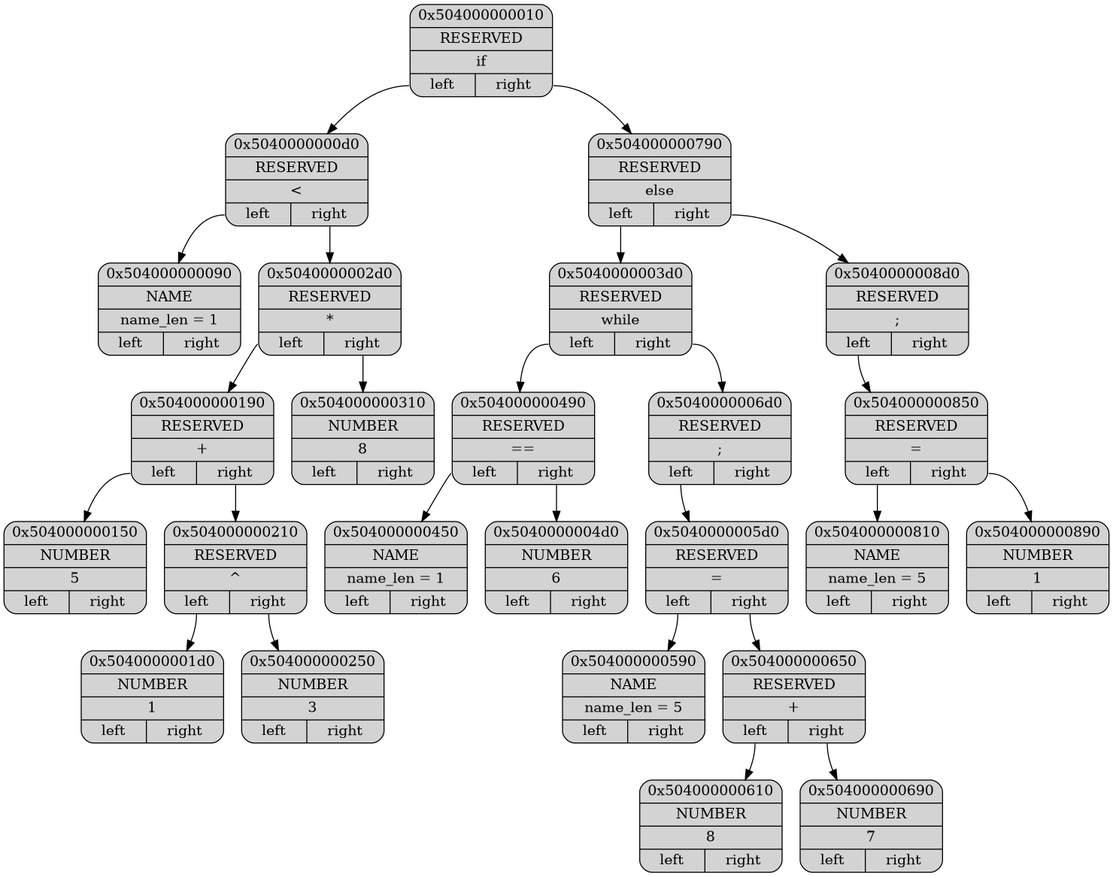
Earlier version of the Graphviz export Dump/dump.png (ashqqy/Language). Its source is kept beside it as Dump/dump.dot.
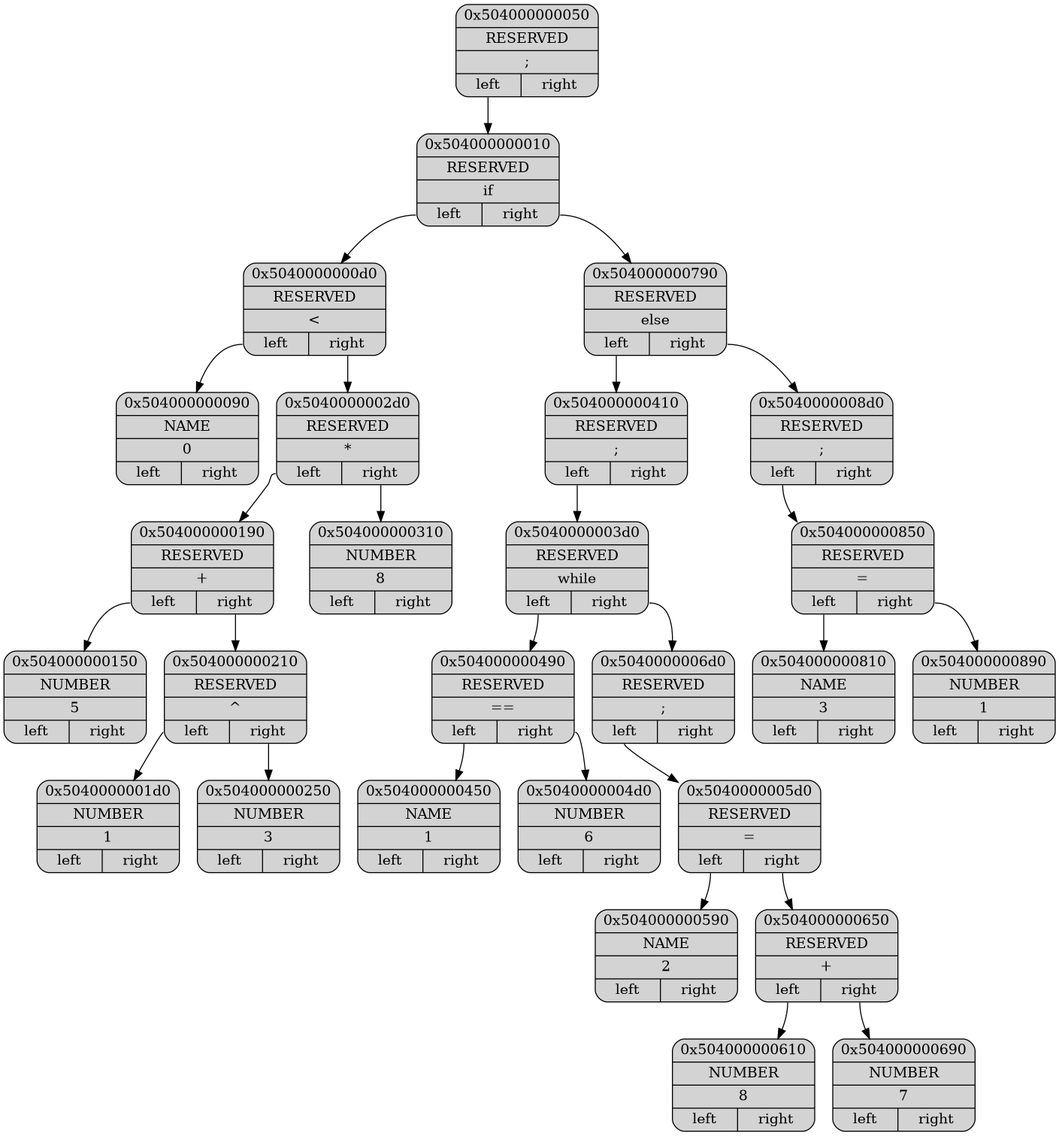
Later version of the same file.

Commit message:
name table

Change to the diagram source:
```diff
@@ -2,9 +2,10 @@
 {
 node[shape="record", style="rounded, filled"];
 
+p0x504000000050[label = "{ <ptr> 0x504000000050 | <type> RESERVED | <data> \; | { <l>left|<r>right } }"];
 p0x504000000010[label = "{ <ptr> 0x504000000010 | <type> RESERVED | <data> \if | { <l>left|<r>right } }"];
 p0x5040000000d0[label = "{ <ptr> 0x5040000000d0 | <type> RESERVED | <data> \< | { <l>left|<r>right } }"];
-p0x504000000090[label = "{ <ptr> 0x504000000090 | <type> NAME | <data> name_len = 1 | { <l>left|<r>right } }"];
+p0x504000000090[label = "{ <ptr> 0x504000000090 | <type> NAME | <data> 0 | { <l>left|<r>right } }"];
 p0x5040000002d0[label = "{ <ptr> 0x5040000002d0 | <type> RESERVED | <data> \* | { <l>left|<r>right } }"];
 p0x504000000190[label = "{ <ptr> 0x504000000190 | <type> RESERVED | <data> \+ | { <l>left|<r>right } }"];
 p0x504000000150[label = "{ <ptr> 0x504000000150 | <type> NUMBER | <data> 5 | { <l>left|<r>right } }"];
@@ -13,21 +14,23 @@
 p0x504000000250[label = "{ <ptr> 0x504000000250 | <type> NUMBER | <data> 3 | { <l>left|<r>right } }"];
 p0x504000000310[label = "{ <ptr> 0x504000000310 | <type> NUMBER | <data> 8 | { <l>left|<r>right } }"];
 p0x504000000790[label = "{ <ptr> 0x504000000790 | <type> RESERVED | <data> \else | { <l>left|<r>right } }"];
+p0x504000000410[label = "{ <ptr> 0x504000000410 | <type> RESERVED | <data> \; | { <l>left|<r>right } }"];
 p0x5040000003d0[label = "{ <ptr> 0x5040000003d0 | <type> RESERVED | <data> \while | { <l>left|<r>right } }"];
 p0x504000000490[label = "{ <ptr> 0x504000000490 | <type> RESERVED | <data> \== | { <l>left|<r>right } }"];
-p0x504000000450[label = "{ <ptr> 0x504000000450 | <type> NAME | <data> name_len = 1 | { <l>left|<r>right } }"];
+p0x504000000450[label = "{ <ptr> 0x504000000450 | <type> NAME | <data> 1 | { <l>left|<r>right } }"];
 p0x5040000004d0[label = "{ <ptr> 0x5040000004d0 | <type> NUMBER | <data> 6 | { <l>left|<r>right } }"];
 p0x5040000006d0[label = "{ <ptr> 0x5040000006d0 | <type> RESERVED | <data> \; | { <l>left|<r>right } }"];
 p0x5040000005d0[label = "{ <ptr> 0x5040000005d0 | <type> RESERVED | <data> \= | { <l>left|<r>right } }"];
-p0x504000000590[label = "{ <ptr> 0x504000000590 | <type> NAME | <data> name_len = 5 | { <l>left|<r>right } }"];
+p0x504000000590[label = "{ <ptr> 0x504000000590 | <type> NAME | <data> 2 | { <l>left|<r>right } }"];
 p0x504000000650[label = "{ <ptr> 0x504000000650 | <type> RESERVED | <data> \+ | { <l>left|<r>right } }"];
 p0x504000000610[label = "{ <ptr> 0x504000000610 | <type> NUMBER | <data> 8 | { <l>left|<r>right } }"];
 p0x504000000690[label = "{ <ptr> 0x504000000690 | <type> NUMBER | <data> 7 | { <l>left|<r>right } }"];
 p0x5040000008d0[label = "{ <ptr> 0x5040000008d0 | <type> RESERVED | <data> \; | { <l>left|<r>right } }"];
 p0x504000000850[label = "{ <ptr> 0x504000000850 | <type> RESERVED | <data> \= | { <l>left|<r>right } }"];
-p0x504000000810[label = "{ <ptr> 0x504000000810 | <type> NAME | <data> name_len = 5 | { <l>left|<r>right } }"];
+p0x504000000810[label = "{ <ptr> 0x504000000810 | <type> NAME | <data> 3 | { <l>left|<r>right } }"];
 p0x504000000890[label = "{ <ptr> 0x504000000890 | <type> NUMBER | <data> 1 | { <l>left|<r>right } }"];
 
+p0x504000000050:<l> -> p0x504000000010
 p0x504000000010:<l> -> p0x5040000000d0
 p0x5040000000d0:<l> -> p0x504000000090
 p0x5040000000d0:<r> -> p0x5040000002d0
@@ -38,7 +41,8 @@
 p0x504000000210:<r> -> p0x504000000250
 p0x5040000002d0:<r> -> p0x504000000310
 p0x504000000010:<r> -> p0x504000000790
-p0x504000000790:<l> -> p0x5040000003d0
+p0x504000000790:<l> -> p0x504000000410
+p0x504000000410:<l> -> p0x5040000003d0
 p0x5040000003d0:<l> -> p0x504000000490
 p0x504000000490:<l> -> p0x504000000450
 p0x504000000490:<r> -> p0x5040000004d0
```
